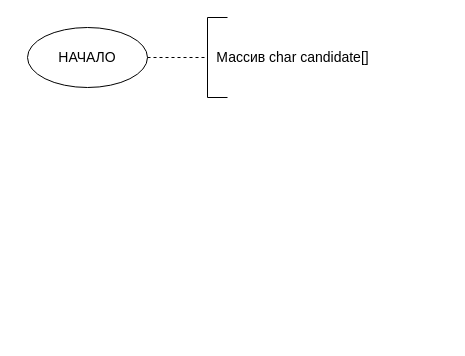
Before: page "valid_aircraftnum" (4 of 9) of lr2.3/text/str_from_file.drawio in eldarbr/silver-funicular, a draw.io diagram. Source tidied: cells renumbered, new cells numbered last; positions are measured from the earlier drawing's top-left corner, leaving out a move shared by most shapes. Both pictures are drawn from the tidied source at 100%, with x=0, y=0 at pixel (27, 17).
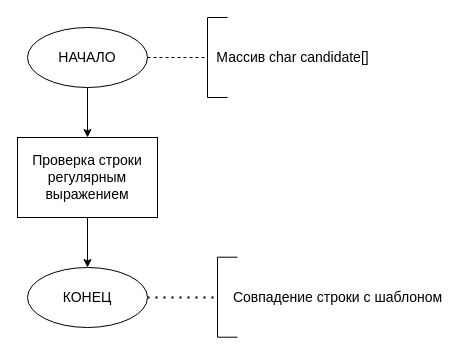
The same diagram, later.

Unchanged cells that the change refers to:
```xml
<mxCell id="2" value="НАЧАЛО" style="ellipse;whiteSpace=wrap;html=1;fontSize=14;" parent="1" vertex="1">
  <mxGeometry y="10" width="120" height="60" as="geometry" />
</mxCell>
```

Diff of the diagram source:
```diff
@@
+    <mxCell id="8" style="edgeStyle=orthogonalEdgeStyle;rounded=0;jettySize=auto;html=1;" parent="1" edge="1" source="2" target="10">
+      <mxGeometry relative="1" as="geometry" />
+    </mxCell>
@@
+    <mxCell id="9" style="edgeStyle=orthogonalEdgeStyle;rounded=0;jettySize=auto;html=1;fontSize=14;" parent="1" edge="1" source="10" target="11">
+      <mxGeometry relative="1" as="geometry" />
+    </mxCell>
+    <mxCell id="10" value="Проверка строки регулярным выражением" style="rounded=0;whiteSpace=wrap;html=1;fontSize=14;" parent="1" vertex="1">
+      <mxGeometry x="-10" y="120" width="140" height="80" as="geometry" />
+    </mxCell>
+    <mxCell id="11" value="КОНЕЦ" style="ellipse;whiteSpace=wrap;html=1;fontSize=14;rounded=0;" parent="1" vertex="1">
+      <mxGeometry y="250" width="120" height="60" as="geometry" />
+    </mxCell>
+    <mxCell id="12" style="endArrow=none;html=1;rounded=0;fontSize=14;" parent="1" edge="1">
+      <mxGeometry relative="1" as="geometry">
+        <mxPoint x="190" y="319.7" as="sourcePoint" />
+        <mxPoint x="190" y="239.7" as="targetPoint" />
+      </mxGeometry>
+    </mxCell>
+    <mxCell id="13" style="endArrow=none;html=1;rounded=0;fontSize=14;" parent="1" edge="1">
+      <mxGeometry relative="1" as="geometry">
+        <mxPoint x="190" y="239.7" as="sourcePoint" />
+        <mxPoint x="210" y="239.7" as="targetPoint" />
+      </mxGeometry>
+    </mxCell>
+    <mxCell id="14" style="endArrow=none;html=1;rounded=0;fontSize=14;" parent="1" edge="1">
+      <mxGeometry relative="1" as="geometry">
+        <mxPoint x="190" y="319.7" as="sourcePoint" />
+        <mxPoint x="210" y="319.7" as="targetPoint" />
+      </mxGeometry>
+    </mxCell>
+    <mxCell id="15" value="Совпадение строки с шаблоном" style="text;html=1;align=center;verticalAlign=middle;strokeColor=none;fillColor=none;fontSize=14;" parent="1" vertex="1">
+      <mxGeometry x="200" y="270" width="220" height="20" as="geometry" />
+    </mxCell>
+    <mxCell id="16" style="endArrow=none;dashed=1;html=1;dashPattern=1 3;strokeWidth=2;rounded=0;fontSize=14;exitX=1;exitY=0.5;exitDx=0;exitDy=0;" parent="1" edge="1" source="11">
+      <mxGeometry relative="1" as="geometry">
+        <mxPoint x="190" y="280" as="targetPoint" />
+      </mxGeometry>
+    </mxCell>
```
